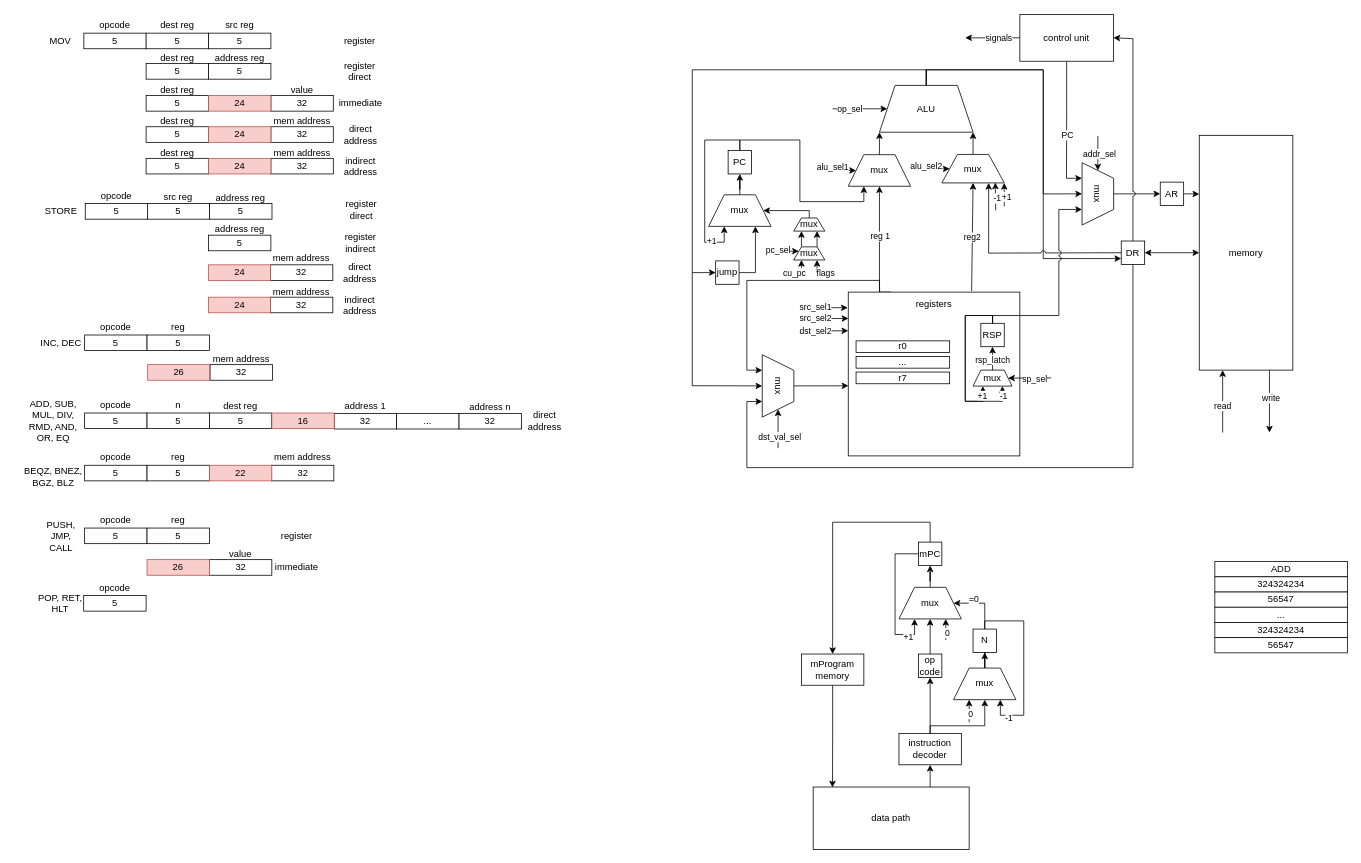
Earlier version of the draw.io diagram resources/csa_lab4.drawio (vanya9090/csa_lab4). Source tidied: cells renumbered, new cells numbered last; positions are measured from the earlier drawing's top-left corner, leaving out a move shared by most shapes. Both pictures are drawn from the tidied source at 78%, with x=0, y=0 at pixel (22, 13).
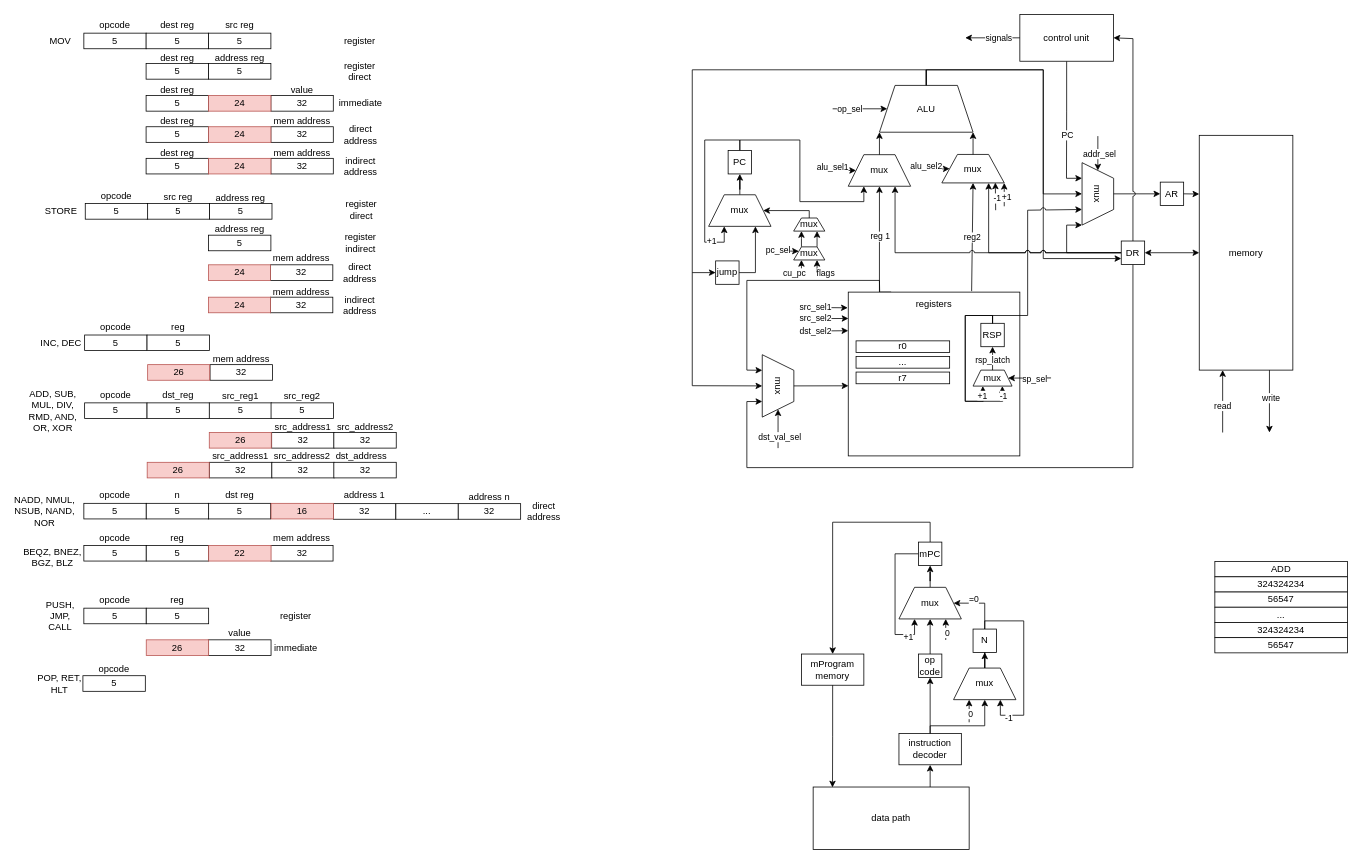
After the change.

Unchanged cells that the change refers to:
```xml
<mxCell id="51" value="mux" style="shape=trapezoid;perimeter=trapezoidPerimeter;whiteSpace=wrap;html=1;fixedSize=1;" parent="1" vertex="1">
  <mxGeometry x="1059" y="180.8" width="80" height="40.5" as="geometry" />
</mxCell>
<mxCell id="52" value="mux" style="shape=trapezoid;perimeter=trapezoidPerimeter;whiteSpace=wrap;html=1;fixedSize=1;" parent="1" vertex="1">
  <mxGeometry x="1179" y="180.5" width="80" height="36.5" as="geometry" />
</mxCell>
<mxCell id="81" value="RSP" style="rounded=0;whiteSpace=wrap;html=1;" parent="1" vertex="1">
  <mxGeometry x="1229" y="397" width="30" height="30" as="geometry" />
</mxCell>
<mxCell id="82" value="mux" style="shape=trapezoid;perimeter=trapezoidPerimeter;whiteSpace=wrap;html=1;fixedSize=1;rotation=90;" parent="1" vertex="1">
  <mxGeometry x="1339" y="210.8" width="80" height="40.5" as="geometry" />
</mxCell>
<mxCell id="119" value="DR" style="rounded=0;whiteSpace=wrap;html=1;" parent="1" vertex="1">
  <mxGeometry x="1409" y="291.5" width="30" height="30" as="geometry" />
</mxCell>
```

What changed in the source:
```diff
@@
     <mxCell id="22" value="5" style="rounded=0;whiteSpace=wrap;html=1;" parent="1" vertex="1">
-      <mxGeometry x="80" y="512" width="80" height="20" as="geometry" />
+      <mxGeometry x="79" y="627.8" width="80" height="20" as="geometry" />
     </mxCell>
-    <mxCell id="23" value="ADD, SUB, MUL, DIV, RMD, AND, OR, EQ" style="text;html=1;align=center;verticalAlign=middle;whiteSpace=wrap;rounded=0;" parent="1" vertex="1">
-      <mxGeometry y="507" width="80" height="30" as="geometry" />
+    <mxCell id="23" value="NADD, NMUL, NSUB, NAND, NOR" style="text;html=1;align=center;verticalAlign=middle;whiteSpace=wrap;rounded=0;" parent="1" vertex="1">
+      <mxGeometry x="-11" y="622.8" width="80" height="30" as="geometry" />
     </mxCell>
     <mxCell id="24" value="opcode" style="text;html=1;align=center;verticalAlign=middle;whiteSpace=wrap;rounded=0;" parent="1" vertex="1">
-      <mxGeometry x="90" y="487" width="60" height="30" as="geometry" />
+      <mxGeometry x="89" y="602.8" width="60" height="30" as="geometry" />
     </mxCell>
     <mxCell id="25" value="32" style="rounded=0;whiteSpace=wrap;html=1;" parent="1" vertex="1">
-      <mxGeometry x="400" y="512.5" width="80" height="20" as="geometry" />
+      <mxGeometry x="399" y="628.2" width="80" height="20" as="geometry" />
     </mxCell>
     <mxCell id="26" value="..." style="rounded=0;whiteSpace=wrap;html=1;" parent="1" vertex="1">
-      <mxGeometry x="480" y="512.5" width="80" height="20" as="geometry" />
+      <mxGeometry x="479" y="628.2" width="80" height="20" as="geometry" />
     </mxCell>
     <mxCell id="27" value="32" style="rounded=0;whiteSpace=wrap;html=1;" parent="1" vertex="1">
-      <mxGeometry x="560" y="512.5" width="80" height="20" as="geometry" />
+      <mxGeometry x="559" y="628.2" width="80" height="20" as="geometry" />
     </mxCell>
     <mxCell id="28" value="address 1" style="text;html=1;align=center;verticalAlign=middle;whiteSpace=wrap;rounded=0;" parent="1" vertex="1">
-      <mxGeometry x="380" y="487.5" width="120" height="30" as="geometry" />
+      <mxGeometry x="379" y="603.2" width="120" height="30" as="geometry" />
     </mxCell>
     <mxCell id="29" value="address n" style="text;html=1;align=center;verticalAlign=middle;whiteSpace=wrap;rounded=0;" parent="1" vertex="1">
-      <mxGeometry x="540" y="489.5" width="120" height="30" as="geometry" />
+      <mxGeometry x="539" y="605.2" width="120" height="30" as="geometry" />
     </mxCell>
     <mxCell id="30" value="5" style="rounded=0;whiteSpace=wrap;html=1;" parent="1" vertex="1">
-      <mxGeometry x="239.5" y="512" width="80" height="20" as="geometry" />
+      <mxGeometry x="238.5" y="627.8" width="80" height="20" as="geometry" />
     </mxCell>
-    <mxCell id="31" value="dest reg" style="text;html=1;align=center;verticalAlign=middle;whiteSpace=wrap;rounded=0;" parent="1" vertex="1">
-      <mxGeometry x="250" y="487.5" width="60" height="30" as="geometry" />
+    <mxCell id="31" value="dst reg" style="text;html=1;align=center;verticalAlign=middle;whiteSpace=wrap;rounded=0;" parent="1" vertex="1">
+      <mxGeometry x="249" y="603.2" width="60" height="30" as="geometry" />
     </mxCell>
     <mxCell id="32" value="5" style="rounded=0;whiteSpace=wrap;html=1;" parent="1" vertex="1">
-      <mxGeometry x="78.8" y="746" width="80" height="20" as="geometry" />
+      <mxGeometry x="77.8" y="848.8" width="80" height="20" as="geometry" />
     </mxCell>
     <mxCell id="33" value="POP, RET, HLT" style="text;html=1;align=center;verticalAlign=middle;whiteSpace=wrap;rounded=0;" parent="1" vertex="1">
-      <mxGeometry x="18.8" y="741" width="60" height="30" as="geometry" />
+      <mxGeometry x="17.8" y="843.8" width="60" height="30" as="geometry" />
     </mxCell>
     <mxCell id="34" value="opcode" style="text;html=1;align=center;verticalAlign=middle;whiteSpace=wrap;rounded=0;" parent="1" vertex="1">
-      <mxGeometry x="88.8" y="722" width="60" height="30" as="geometry" />
+      <mxGeometry x="87.8" y="824.8" width="60" height="30" as="geometry" />
     </mxCell>
     <mxCell id="35" value="5" style="rounded=0;whiteSpace=wrap;html=1;" parent="1" vertex="1">
-      <mxGeometry x="160" y="512" width="80" height="20" as="geometry" />
+      <mxGeometry x="159" y="627.8" width="80" height="20" as="geometry" />
     </mxCell>
     <mxCell id="36" value="n" style="text;html=1;align=center;verticalAlign=middle;whiteSpace=wrap;rounded=0;" parent="1" vertex="1">
-      <mxGeometry x="170" y="487" width="60" height="30" as="geometry" />
+      <mxGeometry x="169" y="602.8" width="60" height="30" as="geometry" />
     </mxCell>
     <mxCell id="37" value="5" style="rounded=0;whiteSpace=wrap;html=1;" parent="1" vertex="1">
-      <mxGeometry x="80" y="659.5" width="80" height="20" as="geometry" />
+      <mxGeometry x="79" y="762.2" width="80" height="20" as="geometry" />
     </mxCell>
     <mxCell id="38" value="PUSH, JMP, CALL" style="text;html=1;align=center;verticalAlign=middle;whiteSpace=wrap;rounded=0;" parent="1" vertex="1">
-      <mxGeometry x="20" y="654.5" width="60" height="30" as="geometry" />
+      <mxGeometry x="19" y="757.2" width="60" height="30" as="geometry" />
     </mxCell>
     <mxCell id="39" value="opcode" style="text;html=1;align=center;verticalAlign=middle;whiteSpace=wrap;rounded=0;" parent="1" vertex="1">
-      <mxGeometry x="90" y="634.5" width="60" height="30" as="geometry" />
+      <mxGeometry x="89" y="737.2" width="60" height="30" as="geometry" />
     </mxCell>
     <mxCell id="40" value="5" style="rounded=0;whiteSpace=wrap;html=1;" parent="1" vertex="1">
-      <mxGeometry x="160" y="659.5" width="80" height="20" as="geometry" />
+      <mxGeometry x="159" y="762.2" width="80" height="20" as="geometry" />
     </mxCell>
     <mxCell id="41" value="reg" style="text;html=1;align=center;verticalAlign=middle;whiteSpace=wrap;rounded=0;" parent="1" vertex="1">
-      <mxGeometry x="170" y="634.5" width="60" height="30" as="geometry" />
+      <mxGeometry x="169" y="737.2" width="60" height="30" as="geometry" />
     </mxCell>
     <mxCell id="42" value="32" style="rounded=0;whiteSpace=wrap;html=1;" parent="1" vertex="1">
-      <mxGeometry x="239.5" y="700" width="80.5" height="20" as="geometry" />
+      <mxGeometry x="238.5" y="802.8" width="80.5" height="20" as="geometry" />
     </mxCell>
     <mxCell id="43" value="value" style="text;html=1;align=center;verticalAlign=middle;whiteSpace=wrap;rounded=0;" parent="1" vertex="1">
-      <mxGeometry x="220" y="677.5" width="120" height="30" as="geometry" />
+      <mxGeometry x="219" y="780.2" width="120" height="30" as="geometry" />
     </mxCell>
@@
-    <mxCell id="70" style="endArrow=classic;html=1;rounded=0;entryX=0.75;entryY=1;entryDx=0;entryDy=0;exitX=0;exitY=0.5;exitDx=0;exitDy=0;jumpStyle=arc;" parent="1" edge="1" source="119" target="52">
-      <mxGeometry relative="1" as="geometry">
-        <Array as="points">
-          <mxPoint x="1239" y="307" />
-        </Array>
-      </mxGeometry>
-    </mxCell>
@@
     <mxCell id="93" style="endArrow=classic;html=1;rounded=0;exitX=0.5;exitY=0;exitDx=0;exitDy=0;entryX=0.75;entryY=1;entryDx=0;entryDy=0;jumpStyle=arc;" parent="1" edge="1" source="81" target="82">
       <mxGeometry relative="1" as="geometry">
         <Array as="points">
           <mxPoint x="1244" y="387" />
-          <mxPoint x="1329" y="387" />
-          <mxPoint x="1329" y="251" />
+          <mxPoint x="1289" y="387" />
+          <mxPoint x="1289" y="252" />
         </Array>
       </mxGeometry>
     </mxCell>
@@
     <mxCell id="116" value="16" style="rounded=0;whiteSpace=wrap;html=1;fillColor=#f8cecc;strokeColor=#b85450;" parent="1" vertex="1">
-      <mxGeometry x="320" y="512" width="80" height="20" as="geometry" />
+      <mxGeometry x="319" y="627.8" width="80" height="20" as="geometry" />
     </mxCell>
     <mxCell id="117" value="26" style="rounded=0;whiteSpace=wrap;html=1;fillColor=#f8cecc;strokeColor=#b85450;" parent="1" vertex="1">
-      <mxGeometry x="160" y="700" width="80" height="20" as="geometry" />
+      <mxGeometry x="159" y="802.8" width="80" height="20" as="geometry" />
     </mxCell>
@@
+    <mxCell id="70" style="edgeStyle=orthogonalEdgeStyle;rounded=0;jettySize=auto;html=1;entryX=0.75;entryY=1;entryDx=0;entryDy=0;jumpStyle=arc;" parent="1" edge="1" source="119" target="52">
+      <mxGeometry relative="1" as="geometry" />
+    </mxCell>
+    <mxCell id="217" style="edgeStyle=orthogonalEdgeStyle;rounded=0;jettySize=auto;html=1;entryX=0.75;entryY=1;entryDx=0;entryDy=0;jumpStyle=arc;" parent="1" edge="1" source="119" target="51">
+      <mxGeometry relative="1" as="geometry" />
+    </mxCell>
+    <mxCell id="218" style="edgeStyle=orthogonalEdgeStyle;rounded=0;jettySize=auto;html=1;entryX=1;entryY=1;entryDx=0;entryDy=0;" parent="1" edge="1" source="119" target="82">
+      <mxGeometry relative="1" as="geometry">
+        <Array as="points">
+          <mxPoint x="1339" y="306" />
+          <mxPoint x="1339" y="271" />
+        </Array>
+      </mxGeometry>
+    </mxCell>
@@
     <mxCell id="134" value="5" style="rounded=0;whiteSpace=wrap;html=1;" parent="1" vertex="1">
-      <mxGeometry x="80" y="579" width="80" height="20" as="geometry" />
+      <mxGeometry x="79" y="681.8" width="80" height="20" as="geometry" />
     </mxCell>
     <mxCell id="135" value="opcode" style="text;html=1;align=center;verticalAlign=middle;whiteSpace=wrap;rounded=0;" parent="1" vertex="1">
-      <mxGeometry x="90" y="554" width="60" height="30" as="geometry" />
+      <mxGeometry x="89" y="656.8" width="60" height="30" as="geometry" />
     </mxCell>
     <mxCell id="136" value="5" style="rounded=0;whiteSpace=wrap;html=1;" parent="1" vertex="1">
-      <mxGeometry x="160" y="579" width="80" height="20" as="geometry" />
+      <mxGeometry x="159" y="681.8" width="80" height="20" as="geometry" />
     </mxCell>
     <mxCell id="137" value="reg" style="text;html=1;align=center;verticalAlign=middle;whiteSpace=wrap;rounded=0;" parent="1" vertex="1">
-      <mxGeometry x="170" y="554" width="60" height="30" as="geometry" />
+      <mxGeometry x="169" y="656.8" width="60" height="30" as="geometry" />
     </mxCell>
     <mxCell id="138" value="BEQZ, BNEZ, BGZ, BLZ" style="text;html=1;align=center;verticalAlign=middle;whiteSpace=wrap;rounded=0;" parent="1" vertex="1">
-      <mxGeometry y="579" width="80" height="30" as="geometry" />
+      <mxGeometry x="-1" y="681.8" width="80" height="30" as="geometry" />
     </mxCell>
     <mxCell id="139" value="32" style="rounded=0;whiteSpace=wrap;html=1;" parent="1" vertex="1">
-      <mxGeometry x="319.5" y="579" width="80" height="20" as="geometry" />
+      <mxGeometry x="318.5" y="681.8" width="80" height="20" as="geometry" />
     </mxCell>
     <mxCell id="140" value="mem address" style="text;html=1;align=center;verticalAlign=middle;whiteSpace=wrap;rounded=0;" parent="1" vertex="1">
-      <mxGeometry x="319" y="554" width="80.5" height="30" as="geometry" />
+      <mxGeometry x="318" y="656.8" width="80.5" height="30" as="geometry" />
     </mxCell>
     <mxCell id="141" value="22" style="rounded=0;whiteSpace=wrap;html=1;fillColor=#f8cecc;strokeColor=#b85450;" parent="1" vertex="1">
-      <mxGeometry x="240" y="579" width="80" height="20" as="geometry" />
+      <mxGeometry x="239" y="681.8" width="80" height="20" as="geometry" />
     </mxCell>
@@
     <mxCell id="160" value="direct address" style="text;html=1;align=center;verticalAlign=middle;whiteSpace=wrap;rounded=0;" parent="1" vertex="1">
-      <mxGeometry x="640" y="507" width="60" height="30" as="geometry" />
+      <mxGeometry x="639" y="622.8" width="60" height="30" as="geometry" />
     </mxCell>
     <mxCell id="161" value="register" style="text;html=1;align=center;verticalAlign=middle;whiteSpace=wrap;rounded=0;" parent="1" vertex="1">
-      <mxGeometry x="321.5" y="654.5" width="60" height="30" as="geometry" />
+      <mxGeometry x="320.5" y="757.2" width="60" height="30" as="geometry" />
     </mxCell>
     <mxCell id="162" value="immediate" style="text;html=1;align=center;verticalAlign=middle;whiteSpace=wrap;rounded=0;" parent="1" vertex="1">
-      <mxGeometry x="321.5" y="695" width="60" height="30" as="geometry" />
+      <mxGeometry x="320.5" y="797.8" width="60" height="30" as="geometry" />
     </mxCell>
@@
+    <mxCell id="219" value="5" style="rounded=0;whiteSpace=wrap;html=1;" parent="1" vertex="1">
+      <mxGeometry x="80" y="499" width="80" height="20" as="geometry" />
+    </mxCell>
+    <mxCell id="220" value="ADD, SUB, MUL, DIV, RMD, AND, OR, XOR" style="text;html=1;align=center;verticalAlign=middle;whiteSpace=wrap;rounded=0;" parent="1" vertex="1">
+      <mxGeometry x="-1" y="494" width="81" height="30" as="geometry" />
+    </mxCell>
+    <mxCell id="221" value="opcode" style="text;html=1;align=center;verticalAlign=middle;whiteSpace=wrap;rounded=0;" parent="1" vertex="1">
+      <mxGeometry x="90" y="474" width="60" height="30" as="geometry" />
+    </mxCell>
+    <mxCell id="222" value="5" style="rounded=0;whiteSpace=wrap;html=1;" parent="1" vertex="1">
+      <mxGeometry x="160" y="499" width="80" height="20" as="geometry" />
+    </mxCell>
+    <mxCell id="223" value="dst_reg" style="text;html=1;align=center;verticalAlign=middle;whiteSpace=wrap;rounded=0;" parent="1" vertex="1">
+      <mxGeometry x="170" y="474" width="60" height="30" as="geometry" />
+    </mxCell>
+    <mxCell id="224" value="5" style="rounded=0;whiteSpace=wrap;html=1;" parent="1" vertex="1">
+      <mxGeometry x="239.8" y="499" width="80" height="20" as="geometry" />
+    </mxCell>
+    <mxCell id="225" value="src_reg1" style="text;html=1;align=center;verticalAlign=middle;whiteSpace=wrap;rounded=0;" parent="1" vertex="1">
+      <mxGeometry x="219.8" y="475" width="120" height="30" as="geometry" />
+    </mxCell>
+    <mxCell id="226" value="5" style="rounded=0;whiteSpace=wrap;html=1;" parent="1" vertex="1">
+      <mxGeometry x="319" y="499" width="80" height="20" as="geometry" />
+    </mxCell>
+    <mxCell id="227" value="src_reg2" style="text;html=1;align=center;verticalAlign=middle;whiteSpace=wrap;rounded=0;" parent="1" vertex="1">
+      <mxGeometry x="299" y="475" width="120" height="30" as="geometry" />
+    </mxCell>
+    <mxCell id="228" value="32" style="rounded=0;whiteSpace=wrap;html=1;" parent="1" vertex="1">
+      <mxGeometry x="319.8" y="537" width="80" height="20" as="geometry" />
+    </mxCell>
+    <mxCell id="229" value="src_address1" style="text;html=1;align=center;verticalAlign=middle;whiteSpace=wrap;rounded=0;" parent="1" vertex="1">
+      <mxGeometry x="299.8" y="515" width="120" height="30" as="geometry" />
+    </mxCell>
+    <mxCell id="230" value="26" style="rounded=0;whiteSpace=wrap;html=1;fillColor=#f8cecc;strokeColor=#b85450;" parent="1" vertex="1">
+      <mxGeometry x="239.8" y="537" width="79.5" height="20" as="geometry" />
+    </mxCell>
+    <mxCell id="231" value="32" style="rounded=0;whiteSpace=wrap;html=1;" parent="1" vertex="1">
+      <mxGeometry x="399.5" y="537" width="80" height="20" as="geometry" />
+    </mxCell>
+    <mxCell id="232" value="src_address2" style="text;html=1;align=center;verticalAlign=middle;whiteSpace=wrap;rounded=0;" parent="1" vertex="1">
+      <mxGeometry x="379.5" y="515" width="120" height="30" as="geometry" />
+    </mxCell>
+    <mxCell id="233" value="32" style="rounded=0;whiteSpace=wrap;html=1;" parent="1" vertex="1">
+      <mxGeometry x="240.2" y="575.2" width="80" height="20" as="geometry" />
+    </mxCell>
+    <mxCell id="234" value="dst_address" style="text;html=1;align=center;verticalAlign=middle;whiteSpace=wrap;rounded=0;" parent="1" vertex="1">
+      <mxGeometry x="375.2" y="553.2" width="120" height="30" as="geometry" />
+    </mxCell>
+    <mxCell id="235" value="26" style="rounded=0;whiteSpace=wrap;html=1;fillColor=#f8cecc;strokeColor=#b85450;" parent="1" vertex="1">
+      <mxGeometry x="160.2" y="575.2" width="79.5" height="20" as="geometry" />
+    </mxCell>
+    <mxCell id="236" value="32" style="rounded=0;whiteSpace=wrap;html=1;" parent="1" vertex="1">
+      <mxGeometry x="320" y="575.2" width="80" height="20" as="geometry" />
+    </mxCell>
+    <mxCell id="237" value="src_address1" style="text;html=1;align=center;verticalAlign=middle;whiteSpace=wrap;rounded=0;" parent="1" vertex="1">
+      <mxGeometry x="219.8" y="553.2" width="120" height="30" as="geometry" />
+    </mxCell>
+    <mxCell id="238" value="32" style="rounded=0;whiteSpace=wrap;html=1;" parent="1" vertex="1">
+      <mxGeometry x="399.5" y="575.2" width="80" height="20" as="geometry" />
+    </mxCell>
+    <mxCell id="239" value="src_address2" style="text;html=1;align=center;verticalAlign=middle;whiteSpace=wrap;rounded=0;" parent="1" vertex="1">
+      <mxGeometry x="299.2" y="553.2" width="120" height="30" as="geometry" />
+    </mxCell>
```
